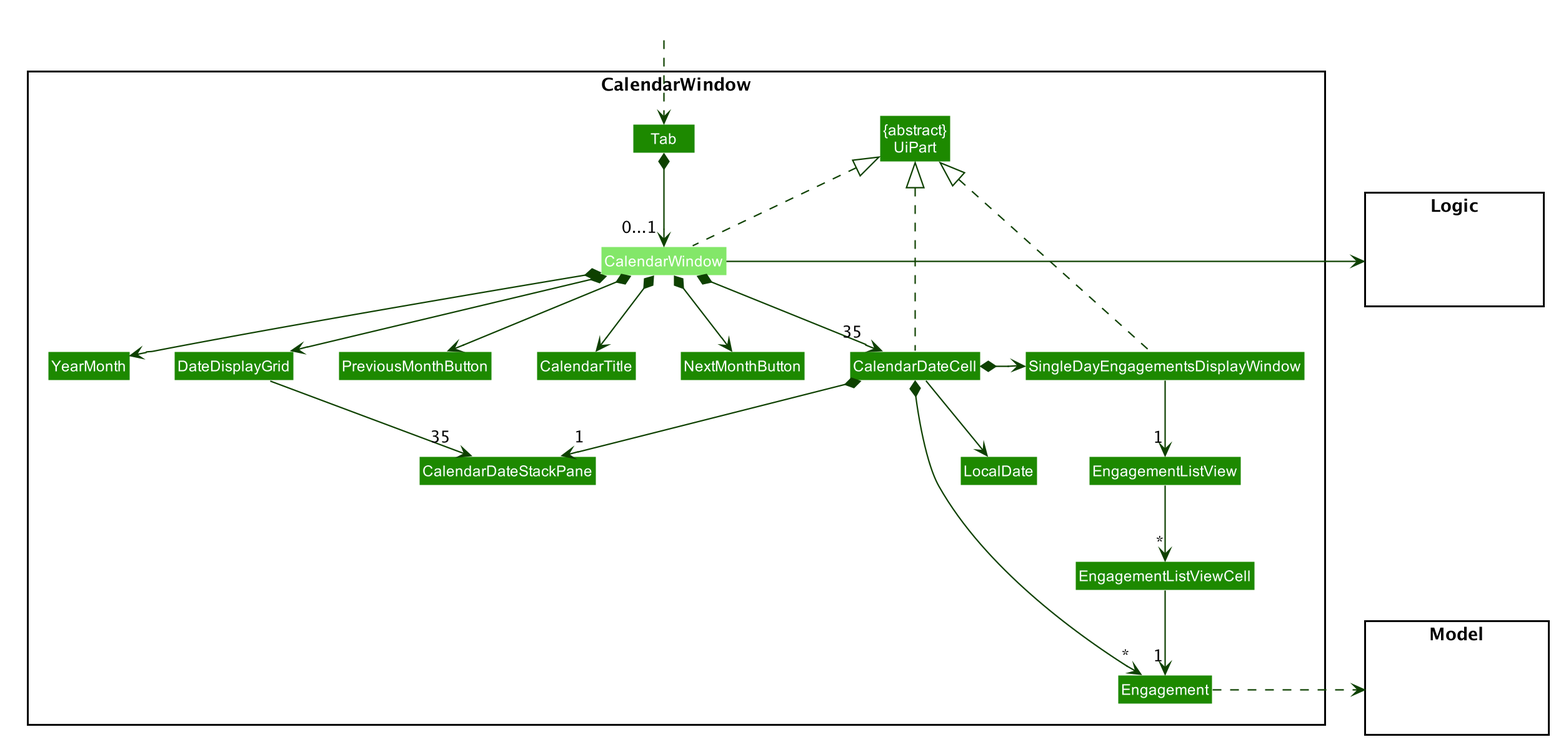
This is docs/images/CalendarWindowClassDiagram.png from nus-cs2103-AY1920S1/addressbook-level3, a PlantUML export, as it was before one commit.
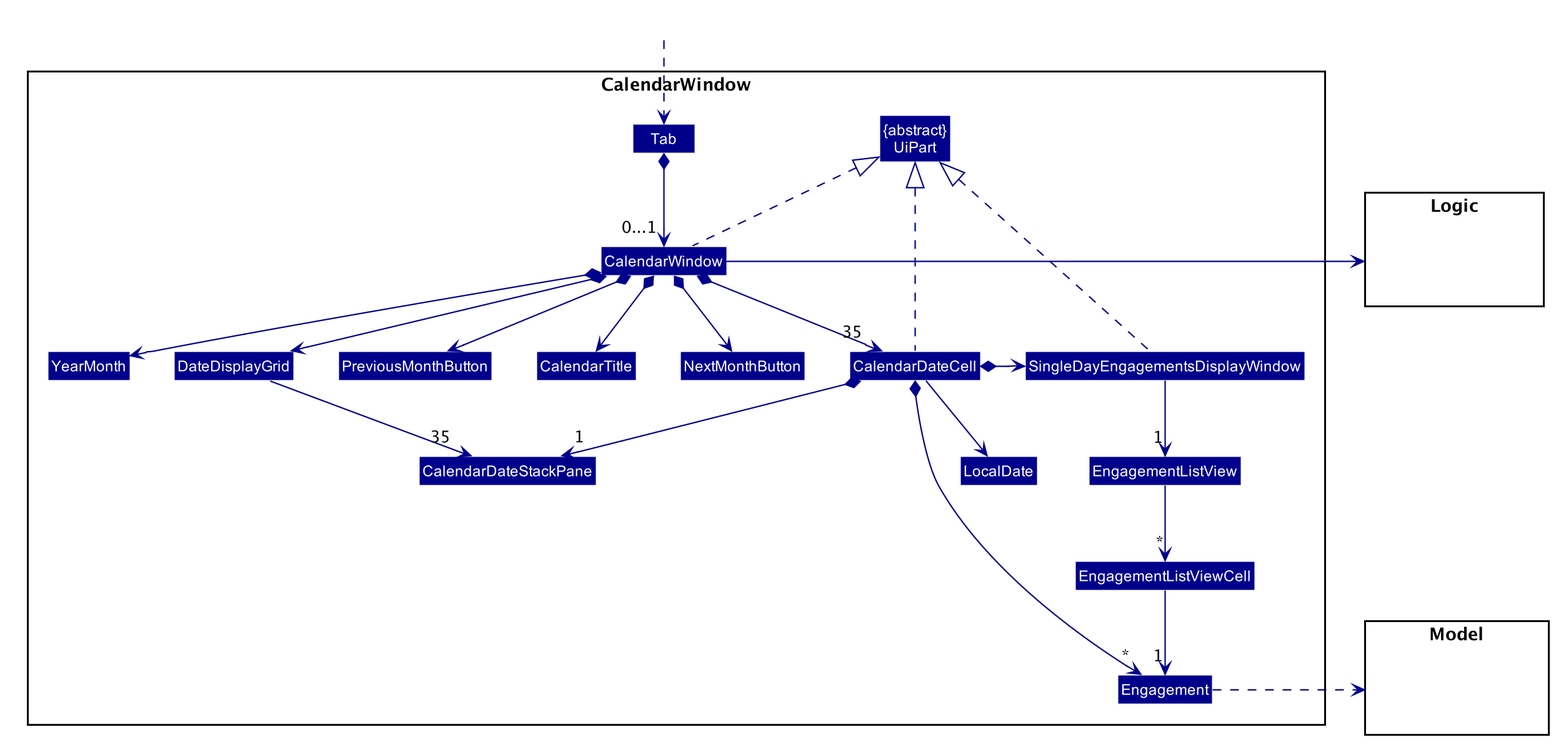
After the commit.

Change to the diagram source:
```diff
@@ -1,4 +1,6 @@
 @startuml
+
+
 
 
 
@@ -48,13 +50,13 @@
 hide members
 hide circle
 skinparam arrowThickness 1.1
-skinparam arrowColor #0E4100
-skinparam classBackgroundColor #1D8900
+skinparam arrowColor #00008B
+skinparam classBackgroundColor #00008B
 
 package CalendarWindow <<Rectangle>>{
-Class Tab #1D8900
-Class "{abstract}\nUiPart" as UiPart #1D8900
-Class CalendarWindow #83E769
+Class Tab
+Class "{abstract}\nUiPart" as UiPart
+Class CalendarWindow
 Class YearMonth
 Class CalendarDateCell
 Class DateDisplayGrid
```
